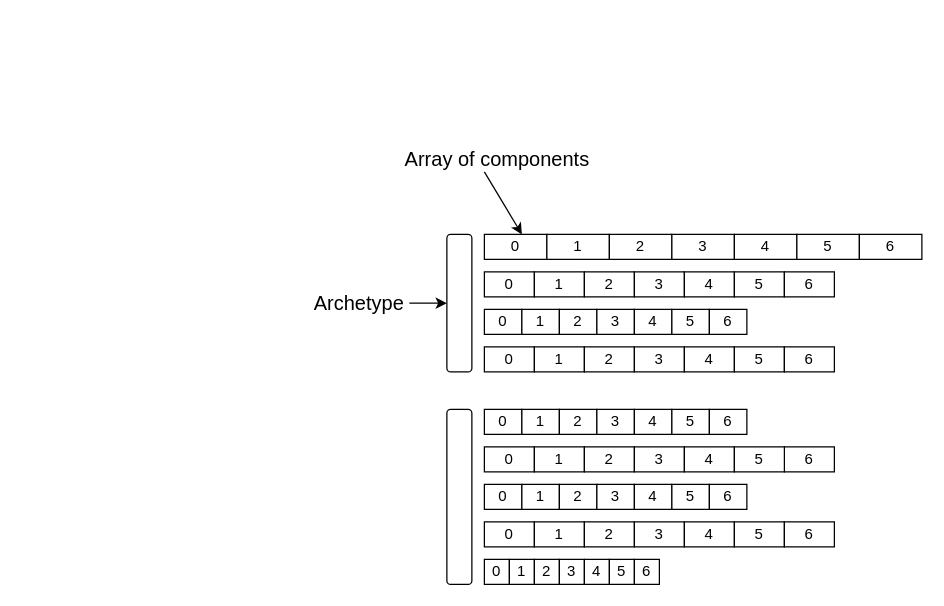
Before: ECS/ECS_Data_Layout.drawio in PaperPrototype/flowchart-diagrams, a draw.io diagram. Source tidied: cells renumbered, new cells numbered last; positions are measured from the earlier drawing's top-left corner, leaving out a move shared by most shapes. Both pictures are drawn from the tidied source at 125%, with x=0, y=0 at pixel (309, 146).
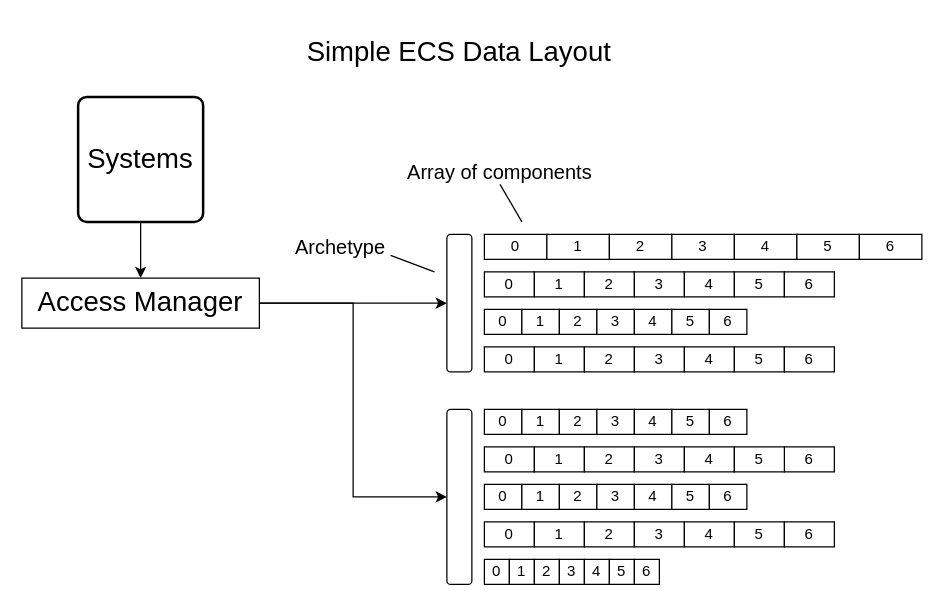
The same diagram, later.

Unchanged cells that the change refers to:
```xml
<mxCell id="2" style="rounded=1;whiteSpace=wrap;html=1;" parent="1" vertex="1">
  <mxGeometry x="110" y="210" width="20" height="140" as="geometry" />
</mxCell>
<mxCell id="31" style="rounded=1;whiteSpace=wrap;html=1;" parent="1" vertex="1">
  <mxGeometry x="110" y="70" width="20" height="110" as="geometry" />
</mxCell>
```

What changed in the source:
```diff
@@
-    <mxCell id="60" style="edgeStyle=orthogonalEdgeStyle;rounded=0;jettySize=auto;html=1;exitX=1;exitY=0.5;exitDx=0;exitDy=0;" parent="1" edge="1" source="61" target="31">
-      <mxGeometry relative="1" as="geometry" />
-    </mxCell>
     <mxCell id="61" value="Archetype" style="text;html=1;strokeColor=none;fillColor=none;align=center;verticalAlign=middle;whiteSpace=wrap;rounded=0;fontSize=16;" parent="1" vertex="1">
-      <mxGeometry y="115" width="80" height="20" as="geometry" />
+      <mxGeometry x="-15" y="66.2" width="80" height="27.5" as="geometry" />
     </mxCell>
-    <mxCell id="62" style="endArrow=classic;html=1;fontSize=16;" parent="1" edge="1">
-      <mxGeometry relative="1" as="geometry">
-        <mxPoint x="140" y="20" as="sourcePoint" />
-        <mxPoint x="170" y="70" as="targetPoint" />
-      </mxGeometry>
-    </mxCell>
@@
     <mxCell id="70" value="Array of components" style="text;html=1;strokeColor=none;fillColor=none;align=center;verticalAlign=middle;whiteSpace=wrap;rounded=0;fontSize=16;" parent="1" vertex="1">
-      <mxGeometry x="62.5" width="175" height="20" as="geometry" />
+      <mxGeometry x="65" y="10" width="175" height="20" as="geometry" />
     </mxCell>
+    <mxCell id="71" value="Simple ECS Data Layout" style="text;html=1;strokeColor=none;fillColor=none;align=center;verticalAlign=middle;whiteSpace=wrap;rounded=0;fontSize=22;" parent="1" vertex="1">
+      <mxGeometry x="-80" y="-100" width="400" height="50" as="geometry" />
+    </mxCell>
+    <mxCell id="72" style="edgeStyle=orthogonalEdgeStyle;rounded=0;jettySize=auto;html=1;exitX=1;exitY=0.5;exitDx=0;exitDy=0;entryX=0;entryY=0.5;entryDx=0;entryDy=0;fontSize=22;" parent="1" edge="1" source="74" target="31">
+      <mxGeometry relative="1" as="geometry" />
+    </mxCell>
+    <mxCell id="73" style="edgeStyle=orthogonalEdgeStyle;rounded=0;jettySize=auto;html=1;exitX=1;exitY=0.5;exitDx=0;exitDy=0;entryX=0;entryY=0.5;entryDx=0;entryDy=0;fontSize=22;" parent="1" edge="1" source="74" target="2">
+      <mxGeometry relative="1" as="geometry" />
+    </mxCell>
+    <mxCell id="74" value="Access Manager" style="rounded=0;whiteSpace=wrap;html=1;fontSize=22;" parent="1" vertex="1">
+      <mxGeometry x="-230" y="105" width="190" height="40" as="geometry" />
+    </mxCell>
+    <mxCell id="75" style="endArrow=none;html=1;rounded=0;fontSize=22;exitX=1;exitY=0.75;exitDx=0;exitDy=0;" parent="1" edge="1" source="61">
+      <mxGeometry relative="1" as="geometry">
+        <mxPoint x="100" y="100" as="targetPoint" />
+      </mxGeometry>
+    </mxCell>
+    <mxCell id="76" style="endArrow=none;html=1;rounded=0;fontSize=22;exitX=0.5;exitY=1;exitDx=0;exitDy=0;" parent="1" edge="1" source="70">
+      <mxGeometry relative="1" as="geometry">
+        <mxPoint x="170" y="60" as="targetPoint" />
+      </mxGeometry>
+    </mxCell>
+    <mxCell id="77" style="edgeStyle=orthogonalEdgeStyle;rounded=0;jettySize=auto;html=1;exitX=0.5;exitY=1;exitDx=0;exitDy=0;entryX=0.5;entryY=0;entryDx=0;entryDy=0;fontSize=22;" parent="1" edge="1" source="78" target="74">
+      <mxGeometry relative="1" as="geometry" />
+    </mxCell>
+    <mxCell id="78" value="Systems" style="rounded=1;whiteSpace=wrap;html=1;absoluteArcSize=1;arcSize=14;strokeWidth=2;fontSize=22;" parent="1" vertex="1">
+      <mxGeometry x="-185" y="-40" width="100" height="100" as="geometry" />
+    </mxCell>
```
